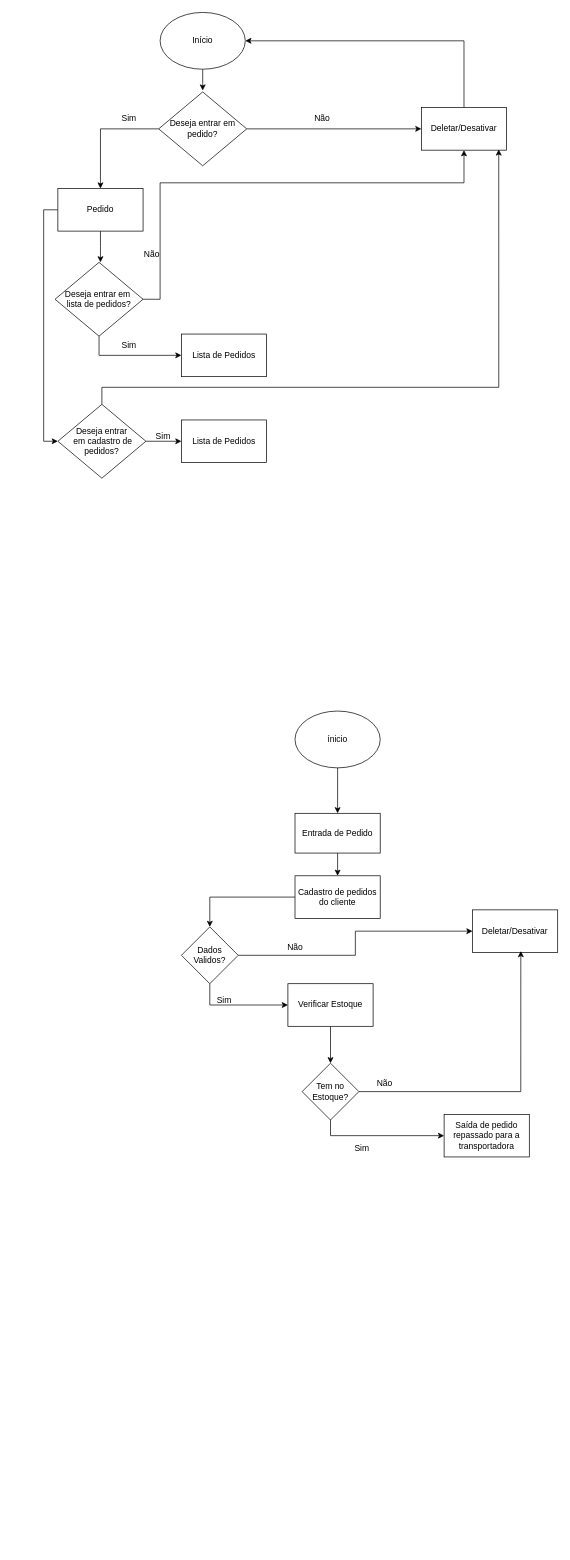
Above: equipek.drawio in anycarolini21/equipeK (draw.io), before the change. Source tidied: cells renumbered, new cells numbered last; positions are measured from the earlier drawing's top-left corner, leaving out a move shared by most shapes. Both pictures are drawn from the tidied source at 71%, with x=0, y=0 at pixel (55, 12).
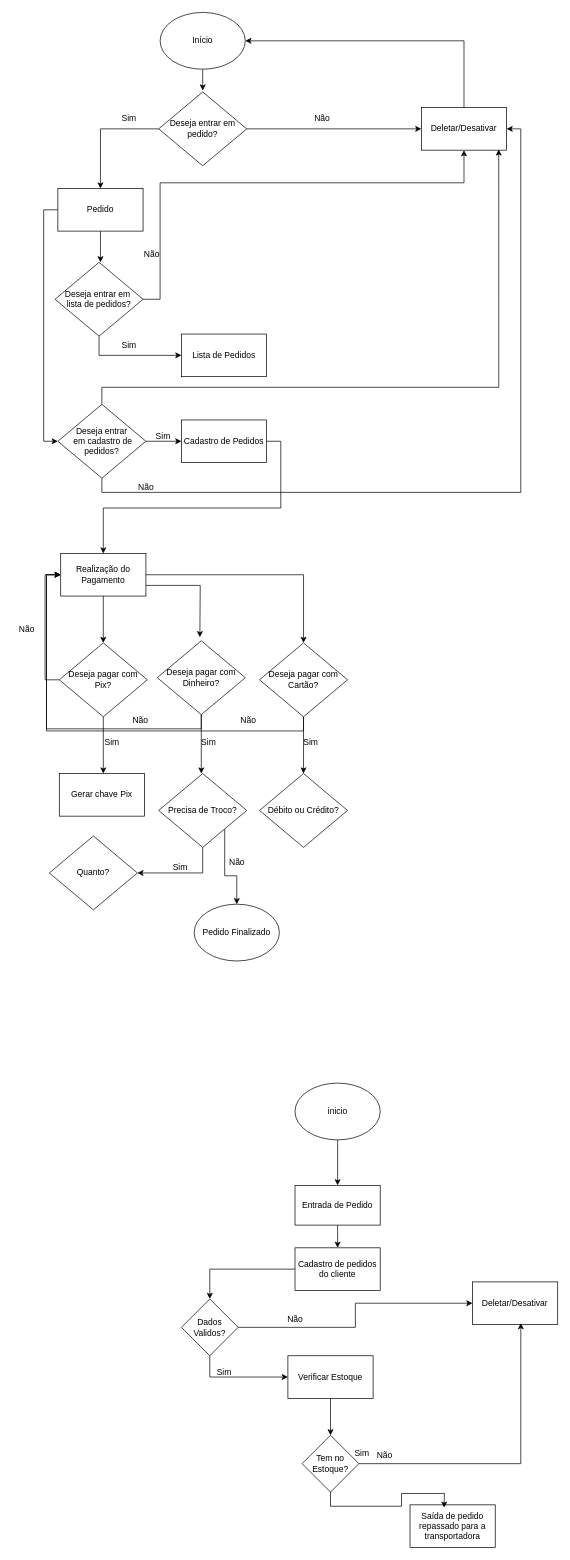
The same page after the edit.

Commit message:
ultimo passo

Unchanged cells that the change refers to:
```xml
<mxCell id="32" value="Deletar/Desativar" style="rounded=0;whiteSpace=wrap;html=1;" parent="1" vertex="1">
  <mxGeometry x="516" y="134" width="120" height="60" as="geometry" />
</mxCell>
<mxCell id="40" value="Deseja entrar&lt;div&gt;&amp;nbsp;em cadastro de pedidos?&lt;/div&gt;" style="rhombus;whiteSpace=wrap;html=1;" parent="1" vertex="1">
  <mxGeometry x="4" y="552" width="124" height="104" as="geometry" />
</mxCell>
```

The edit, as a diff of the source:
```diff
@@
     <mxCell id="5" value="ínicio" style="ellipse;whiteSpace=wrap;html=1;" parent="1" vertex="1">
-      <mxGeometry x="338" y="984" width="120" height="80" as="geometry" />
+      <mxGeometry x="338" y="1508" width="120" height="80" as="geometry" />
     </mxCell>
@@
     <mxCell id="7" value="Entrada de Pedido" style="rounded=0;whiteSpace=wrap;html=1;" parent="1" vertex="1">
-      <mxGeometry x="338" y="1128" width="120" height="56" as="geometry" />
+      <mxGeometry x="338" y="1652" width="120" height="56" as="geometry" />
     </mxCell>
@@
     <mxCell id="9" value="Cadastro de pedidos do cliente" style="rounded=0;whiteSpace=wrap;html=1;" parent="1" vertex="1">
-      <mxGeometry x="338" y="1216" width="120" height="60" as="geometry" />
+      <mxGeometry x="338" y="1740" width="120" height="60" as="geometry" />
     </mxCell>
     <mxCell id="10" value="Saída de pedido repassado para a transportadora" style="rounded=0;whiteSpace=wrap;html=1;" parent="1" vertex="1">
-      <mxGeometry x="548" y="1552" width="120" height="60" as="geometry" />
+      <mxGeometry x="500" y="2102" width="120" height="60" as="geometry" />
     </mxCell>
@@
     <mxCell id="12" value="Verificar Estoque" style="rounded=0;whiteSpace=wrap;html=1;" parent="1" vertex="1">
-      <mxGeometry x="328" y="1368" width="120" height="60" as="geometry" />
+      <mxGeometry x="328" y="1892" width="120" height="60" as="geometry" />
     </mxCell>
-    <mxCell id="13" style="edgeStyle=orthogonalEdgeStyle;rounded=0;jettySize=auto;html=1;exitX=0.5;exitY=1;exitDx=0;exitDy=0;" parent="1" edge="1" source="14" target="10">
-      <mxGeometry relative="1" as="geometry" />
+    <mxCell id="13" style="edgeStyle=orthogonalEdgeStyle;rounded=0;jettySize=auto;html=1;exitX=0.5;exitY=1;exitDx=0;exitDy=0;" parent="1" edge="1" source="14">
+      <mxGeometry relative="1" as="geometry">
+        <mxPoint x="548" y="2106" as="targetPoint" />
+      </mxGeometry>
     </mxCell>
     <mxCell id="14" value="Tem no Estoque?" style="rhombus;whiteSpace=wrap;html=1;" parent="1" vertex="1">
-      <mxGeometry x="348" y="1480" width="80" height="80" as="geometry" />
+      <mxGeometry x="348" y="2004" width="80" height="80" as="geometry" />
     </mxCell>
     <mxCell id="15" value="Sim" style="text;html=1;align=center;verticalAlign=middle;strokeColor=none;fillColor=none;" parent="1" vertex="1">
-      <mxGeometry x="218" y="1376" width="40" height="32" as="geometry" />
+      <mxGeometry x="218" y="1900" width="40" height="32" as="geometry" />
     </mxCell>
@@
     <mxCell id="18" value="Dados Validos?" style="rhombus;whiteSpace=wrap;html=1;" parent="1" vertex="1">
-      <mxGeometry x="178" y="1288" width="80" height="80" as="geometry" />
+      <mxGeometry x="178" y="1812" width="80" height="80" as="geometry" />
     </mxCell>
     <mxCell id="19" value="Deletar/Desativar" style="rounded=0;whiteSpace=wrap;html=1;" parent="1" vertex="1">
-      <mxGeometry x="588" y="1264" width="120" height="60" as="geometry" />
+      <mxGeometry x="588" y="1788" width="120" height="60" as="geometry" />
     </mxCell>
     <mxCell id="20" value="Não" style="text;html=1;align=center;verticalAlign=middle;strokeColor=none;fillColor=none;" parent="1" vertex="1">
-      <mxGeometry x="318" y="1301" width="40" height="32" as="geometry" />
+      <mxGeometry x="318" y="1825" width="40" height="32" as="geometry" />
     </mxCell>
     <mxCell id="21" value="Sim" style="text;html=1;align=center;verticalAlign=middle;strokeColor=none;fillColor=none;" parent="1" vertex="1">
-      <mxGeometry x="412" y="1584" width="40" height="32" as="geometry" />
+      <mxGeometry x="412" y="2014" width="40" height="32" as="geometry" />
     </mxCell>
@@
     <mxCell id="23" value="Não" style="text;html=1;align=center;verticalAlign=middle;strokeColor=none;fillColor=none;" parent="1" vertex="1">
-      <mxGeometry x="444" y="1493" width="40" height="32" as="geometry" />
+      <mxGeometry x="444" y="2017" width="40" height="32" as="geometry" />
     </mxCell>
@@
+    <mxCell id="45" style="edgeStyle=orthogonalEdgeStyle;rounded=0;jettySize=auto;html=1;exitX=0.5;exitY=1;exitDx=0;exitDy=0;entryX=1;entryY=0.5;entryDx=0;entryDy=0;" parent="1" edge="1" source="40" target="32">
+      <mxGeometry relative="1" as="geometry" />
+    </mxCell>
@@
+    <mxCell id="46" style="edgeStyle=orthogonalEdgeStyle;rounded=0;jettySize=auto;html=1;exitX=1;exitY=0.5;exitDx=0;exitDy=0;" parent="1" edge="1" source="42" target="51">
+      <mxGeometry relative="1" as="geometry" />
+    </mxCell>
-    <mxCell id="42" value="Lista de Pedidos" style="rounded=0;whiteSpace=wrap;html=1;" parent="1" vertex="1">
+    <mxCell id="42" value="Cadastro de Pedidos" style="rounded=0;whiteSpace=wrap;html=1;" parent="1" vertex="1">
       <mxGeometry x="178" y="574" width="120" height="60" as="geometry" />
     </mxCell>
@@
+    <mxCell id="47" value="Não" style="text;html=1;align=center;verticalAlign=middle;strokeColor=none;fillColor=none;" parent="1" vertex="1">
+      <mxGeometry x="108" y="653" width="40" height="32" as="geometry" />
+    </mxCell>
+    <mxCell id="48" style="edgeStyle=orthogonalEdgeStyle;rounded=0;jettySize=auto;html=1;exitX=0.5;exitY=1;exitDx=0;exitDy=0;" parent="1" edge="1" source="51">
+      <mxGeometry relative="1" as="geometry">
+        <mxPoint x="68" y="888" as="targetPoint" />
+      </mxGeometry>
+    </mxCell>
+    <mxCell id="49" style="edgeStyle=orthogonalEdgeStyle;rounded=0;jettySize=auto;html=1;exitX=1;exitY=0.75;exitDx=0;exitDy=0;" parent="1" edge="1" source="51">
+      <mxGeometry relative="1" as="geometry">
+        <mxPoint x="204" y="880" as="targetPoint" />
+      </mxGeometry>
+    </mxCell>
+    <mxCell id="50" style="edgeStyle=orthogonalEdgeStyle;rounded=0;jettySize=auto;html=1;exitX=1;exitY=0.5;exitDx=0;exitDy=0;entryX=0.5;entryY=0;entryDx=0;entryDy=0;" parent="1" edge="1" source="51" target="60">
+      <mxGeometry relative="1" as="geometry" />
+    </mxCell>
+    <mxCell id="51" value="Realização do Pagamento" style="rounded=0;whiteSpace=wrap;html=1;" parent="1" vertex="1">
+      <mxGeometry x="8" y="762" width="120" height="60" as="geometry" />
+    </mxCell>
+    <mxCell id="52" style="edgeStyle=orthogonalEdgeStyle;rounded=0;jettySize=auto;html=1;exitX=0;exitY=0.5;exitDx=0;exitDy=0;entryX=0;entryY=0.5;entryDx=0;entryDy=0;" parent="1" edge="1" source="54" target="51">
+      <mxGeometry relative="1" as="geometry" />
+    </mxCell>
+    <mxCell id="53" style="edgeStyle=orthogonalEdgeStyle;rounded=0;jettySize=auto;html=1;exitX=0.5;exitY=1;exitDx=0;exitDy=0;" parent="1" edge="1" source="54">
+      <mxGeometry relative="1" as="geometry">
+        <mxPoint x="68" y="1072" as="targetPoint" />
+      </mxGeometry>
+    </mxCell>
+    <mxCell id="54" value="Deseja pagar com Pix?" style="rhombus;whiteSpace=wrap;html=1;" parent="1" vertex="1">
+      <mxGeometry x="6" y="888" width="124" height="104" as="geometry" />
+    </mxCell>
+    <mxCell id="55" style="edgeStyle=orthogonalEdgeStyle;rounded=0;jettySize=auto;html=1;exitX=0.5;exitY=1;exitDx=0;exitDy=0;entryX=0;entryY=0.5;entryDx=0;entryDy=0;" parent="1" edge="1" source="57" target="51">
+      <mxGeometry relative="1" as="geometry" />
+    </mxCell>
+    <mxCell id="56" style="edgeStyle=orthogonalEdgeStyle;rounded=0;jettySize=auto;html=1;exitX=0.5;exitY=1;exitDx=0;exitDy=0;" parent="1" edge="1" source="57">
+      <mxGeometry relative="1" as="geometry">
+        <mxPoint x="206" y="1072" as="targetPoint" />
+      </mxGeometry>
+    </mxCell>
+    <mxCell id="57" value="Deseja pagar com Dinheiro?" style="rhombus;whiteSpace=wrap;html=1;" parent="1" vertex="1">
+      <mxGeometry x="144" y="885" width="124" height="104" as="geometry" />
+    </mxCell>
+    <mxCell id="58" style="edgeStyle=orthogonalEdgeStyle;rounded=0;jettySize=auto;html=1;exitX=0.5;exitY=1;exitDx=0;exitDy=0;entryX=0;entryY=0.5;entryDx=0;entryDy=0;" parent="1" edge="1" source="60" target="51">
+      <mxGeometry relative="1" as="geometry" />
+    </mxCell>
+    <mxCell id="59" style="edgeStyle=orthogonalEdgeStyle;rounded=0;jettySize=auto;html=1;exitX=0.5;exitY=1;exitDx=0;exitDy=0;" parent="1" edge="1" source="60">
+      <mxGeometry relative="1" as="geometry">
+        <mxPoint x="350" y="1072" as="targetPoint" />
+      </mxGeometry>
+    </mxCell>
+    <mxCell id="60" value="Deseja pagar com Cartão?" style="rhombus;whiteSpace=wrap;html=1;" parent="1" vertex="1">
+      <mxGeometry x="288" y="888" width="124" height="104" as="geometry" />
+    </mxCell>
+    <mxCell id="61" value="Não" style="text;html=1;align=center;verticalAlign=middle;strokeColor=none;fillColor=none;" parent="1" vertex="1">
+      <mxGeometry x="-60" y="853" width="40" height="32" as="geometry" />
+    </mxCell>
+    <mxCell id="62" value="Não" style="text;html=1;align=center;verticalAlign=middle;strokeColor=none;fillColor=none;" parent="1" vertex="1">
+      <mxGeometry x="252" y="981" width="40" height="32" as="geometry" />
+    </mxCell>
+    <mxCell id="63" value="Não" style="text;html=1;align=center;verticalAlign=middle;strokeColor=none;fillColor=none;" parent="1" vertex="1">
+      <mxGeometry x="100" y="981" width="40" height="32" as="geometry" />
+    </mxCell>
+    <mxCell id="64" value="Sim" style="text;html=1;align=center;verticalAlign=middle;strokeColor=none;fillColor=none;" parent="1" vertex="1">
+      <mxGeometry x="60" y="1013" width="40" height="32" as="geometry" />
+    </mxCell>
+    <mxCell id="65" value="Sim" style="text;html=1;align=center;verticalAlign=middle;strokeColor=none;fillColor=none;" parent="1" vertex="1">
+      <mxGeometry x="196" y="1013" width="40" height="32" as="geometry" />
+    </mxCell>
+    <mxCell id="66" value="Sim" style="text;html=1;align=center;verticalAlign=middle;strokeColor=none;fillColor=none;" parent="1" vertex="1">
+      <mxGeometry x="340" y="1013" width="40" height="32" as="geometry" />
+    </mxCell>
+    <mxCell id="67" value="Gerar chave Pix" style="rounded=0;whiteSpace=wrap;html=1;" parent="1" vertex="1">
+      <mxGeometry x="6" y="1072" width="120" height="60" as="geometry" />
+    </mxCell>
+    <mxCell id="68" style="edgeStyle=orthogonalEdgeStyle;rounded=0;jettySize=auto;html=1;exitX=0.5;exitY=1;exitDx=0;exitDy=0;" parent="1" edge="1" source="70" target="71">
+      <mxGeometry relative="1" as="geometry" />
+    </mxCell>
+    <mxCell id="69" style="edgeStyle=orthogonalEdgeStyle;rounded=0;jettySize=auto;html=1;exitX=1;exitY=1;exitDx=0;exitDy=0;entryX=0.5;entryY=0;entryDx=0;entryDy=0;" parent="1" edge="1" source="70" target="73">
+      <mxGeometry relative="1" as="geometry" />
+    </mxCell>
+    <mxCell id="70" value="Precisa de Troco?" style="rhombus;whiteSpace=wrap;html=1;" parent="1" vertex="1">
+      <mxGeometry x="146" y="1072" width="124" height="104" as="geometry" />
+    </mxCell>
+    <mxCell id="71" value="Quanto?" style="rhombus;whiteSpace=wrap;html=1;" parent="1" vertex="1">
+      <mxGeometry x="-8" y="1160" width="124" height="104" as="geometry" />
+    </mxCell>
+    <mxCell id="72" value="Sim" style="text;html=1;align=center;verticalAlign=middle;strokeColor=none;fillColor=none;" parent="1" vertex="1">
+      <mxGeometry x="156" y="1189" width="40" height="32" as="geometry" />
+    </mxCell>
+    <mxCell id="73" value="Pedido Finalizado" style="ellipse;whiteSpace=wrap;html=1;" parent="1" vertex="1">
+      <mxGeometry x="196" y="1256" width="120" height="80" as="geometry" />
+    </mxCell>
+    <mxCell id="74" value="Não" style="text;html=1;align=center;verticalAlign=middle;strokeColor=none;fillColor=none;" parent="1" vertex="1">
+      <mxGeometry x="236" y="1181" width="40" height="32" as="geometry" />
+    </mxCell>
+    <mxCell id="75" value="Débito ou Crédito?" style="rhombus;whiteSpace=wrap;html=1;" parent="1" vertex="1">
+      <mxGeometry x="288" y="1072" width="124" height="104" as="geometry" />
+    </mxCell>
```
